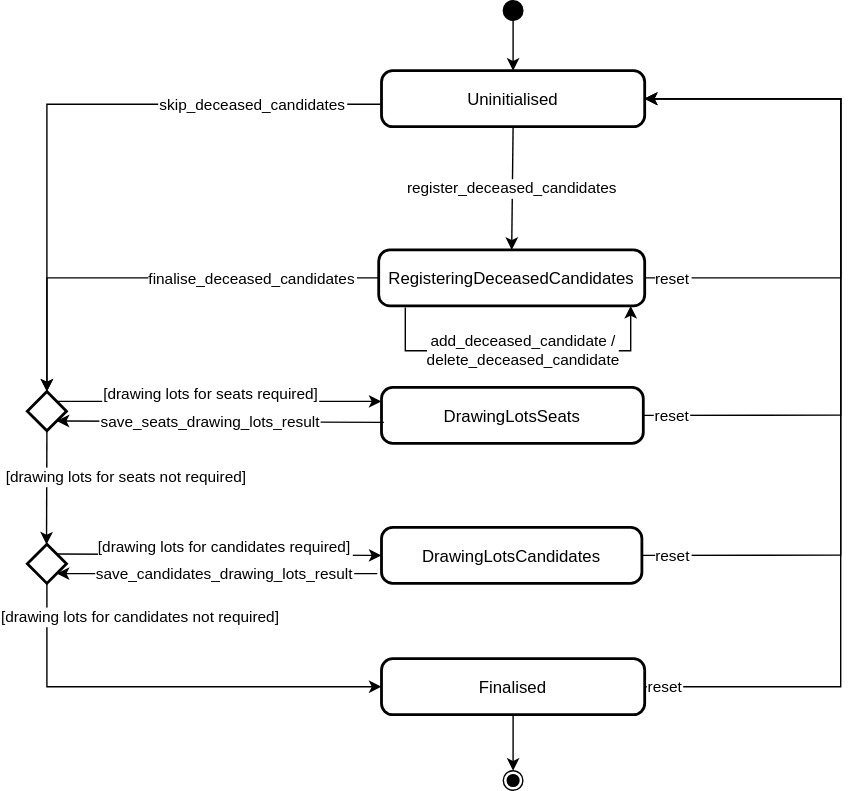
The draw.io diagram documentatie/state-machines/apportionment-state-machine.drawio.svg in kiesraad/abacus, before a commit. Source tidied: cells renumbered, new cells last; positions are measured from the earlier drawing's top-left corner, leaving out a move shared by most shapes.
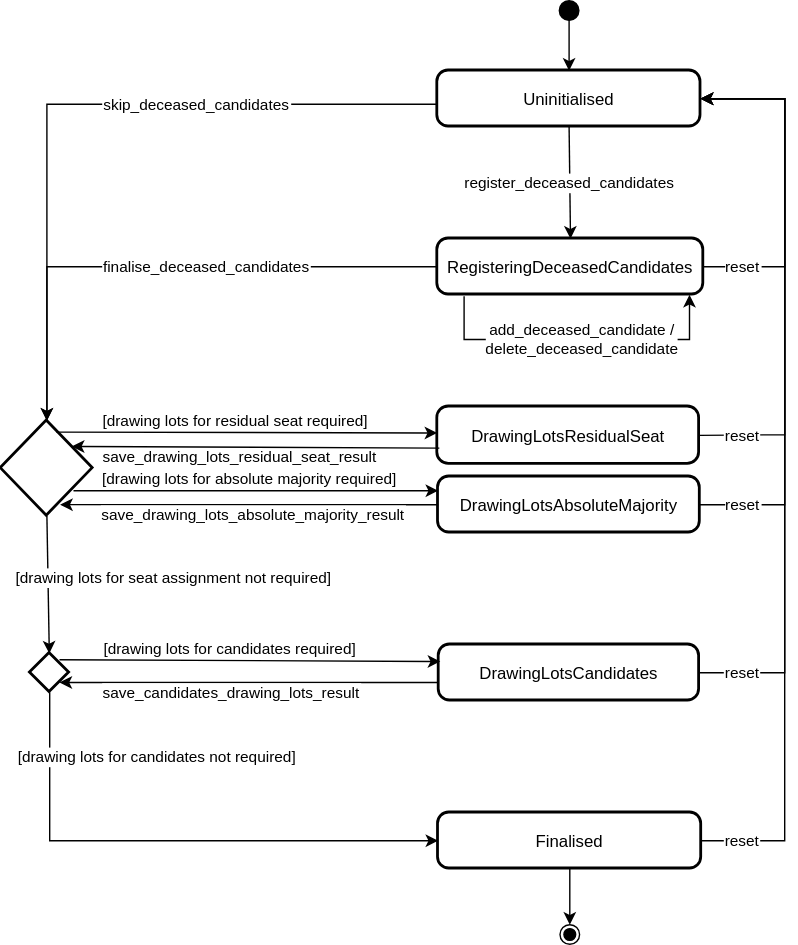
The same file after the commit.

Commit message:
Update apportionment state machine diagram (#3343)

Diff of the diagram source:
```diff
@@ -9,31 +9,28 @@
       <mxGeometry x="253" y="50" width="188" height="40" as="geometry" />
     </mxCell>
     <mxCell id="4" value="RegisteringDeceasedCandidates" style="rounded=1;arcSize=20;strokeWidth=2;" parent="1" vertex="1">
-      <mxGeometry x="251" y="178" width="190" height="40" as="geometry" />
+      <mxGeometry x="253" y="170" width="190" height="40" as="geometry" />
     </mxCell>
-    <mxCell id="5" style="rhombus;strokeWidth=2;whiteSpace=wrap;" parent="1" vertex="1">
-      <mxGeometry y="279.2" width="28" height="28" as="geometry" />
-    </mxCell>
-    <mxCell id="6" value="DrawingLotsSeats" style="rounded=1;arcSize=20;strokeWidth=2;" parent="1" vertex="1">
-      <mxGeometry x="253" y="276.2" width="187" height="40" as="geometry" />
+    <mxCell id="6" value="DrawingLotsAbsoluteMajority" style="rounded=1;arcSize=20;strokeWidth=2;" parent="1" vertex="1">
+      <mxGeometry x="253.5" y="340" width="187" height="40" as="geometry" />
     </mxCell>
     <mxCell id="7" style="rhombus;strokeWidth=2;whiteSpace=wrap;" parent="1" vertex="1">
-      <mxGeometry y="388.2" width="28" height="28" as="geometry" />
+      <mxGeometry x="-38" y="466" width="28" height="28" as="geometry" />
     </mxCell>
     <mxCell id="8" value="DrawingLotsCandidates" style="rounded=1;arcSize=20;strokeWidth=2;" parent="1" vertex="1">
-      <mxGeometry x="253" y="376.2" width="186" height="40" as="geometry" />
+      <mxGeometry x="254" y="460" width="186" height="40" as="geometry" />
     </mxCell>
     <mxCell id="9" value="Finalised" style="rounded=1;arcSize=20;strokeWidth=2;" parent="1" vertex="1">
-      <mxGeometry x="253" y="470" width="188" height="40" as="geometry" />
+      <mxGeometry x="253.5" y="580" width="188" height="40" as="geometry" />
     </mxCell>
     <mxCell id="10" style="ellipse;shape=endState;fillColor=strokeColor;" parent="1" vertex="1">
-      <mxGeometry x="340" y="550" width="14" height="14" as="geometry" />
+      <mxGeometry x="340.5" y="660" width="14" height="14" as="geometry" />
     </mxCell>
     <mxCell id="11" style="whiteSpace=wrap;strokeWidth=2;" parent="1" vertex="1">
-      <mxGeometry x="254" y="276.2" as="geometry" />
+      <mxGeometry x="253" y="410" as="geometry" />
     </mxCell>
     <mxCell id="12" style="whiteSpace=wrap;strokeWidth=2;" parent="1" vertex="1">
-      <mxGeometry x="321" y="354.2" as="geometry" />
+      <mxGeometry x="321" y="428" as="geometry" />
     </mxCell>
     <mxCell id="13" style="curved=1;startArrow=none;exitX=0.49;exitY=1;entryX=0.5;entryY=0;rounded=0;" parent="1" edge="1" source="2" target="3">
       <mxGeometry relative="1" as="geometry" />
@@ -41,74 +38,71 @@
     <mxCell id="14" value="register_deceased_candidates" style="curved=0;startArrow=none;exitX=0.5;exitY=1;entryX=0.5;entryY=0;rounded=0;exitDx=0;exitDy=0;entryDx=0;entryDy=0;" parent="1" edge="1" source="3" target="4">
       <mxGeometry relative="1" as="geometry" />
     </mxCell>
-    <mxCell id="15" value="skip_deceased_candidates" style="curved=0;startArrow=none;exitX=0;exitY=0.6;entryX=0.5;entryY=0;rounded=0;entryDx=0;entryDy=0;" parent="1" edge="1" source="3" target="5">
-      <mxGeometry x="-0.59" relative="1" as="geometry">
+    <mxCell id="15" value="skip_deceased_candidates" style="curved=0;startArrow=none;exitX=0;exitY=0.6;entryX=0.5;entryY=0;rounded=0;entryDx=0;entryDy=0;" parent="1" edge="1" source="3" target="30">
+      <mxGeometry x="-0.32" relative="1" as="geometry">
         <Array as="points">
-          <mxPoint x="14" y="74" />
+          <mxPoint x="-26" y="74" />
         </Array>
       </mxGeometry>
     </mxCell>
-    <mxCell id="16" value="finalise_deceased_candidates" style="curved=0;startArrow=none;exitX=0;exitY=0.5;rounded=0;exitDx=0;exitDy=0;entryX=0.5;entryY=0;entryDx=0;entryDy=0;" parent="1" edge="1" source="4" target="5">
-      <mxGeometry x="-0.43" relative="1" as="geometry">
+    <mxCell id="16" value="finalise_deceased_candidates" style="curved=0;startArrow=none;exitX=0;exitY=0.5;rounded=0;exitDx=0;exitDy=0;entryX=0.5;entryY=0;entryDx=0;entryDy=0;" parent="1" edge="1" source="4" target="30">
+      <mxGeometry x="-0.15" relative="1" as="geometry">
         <Array as="points">
-          <mxPoint x="14" y="198" />
+          <mxPoint x="-26" y="190" />
         </Array>
       </mxGeometry>
     </mxCell>
-    <mxCell id="17" value="[drawing lots for seats required]" style="curved=1;startArrow=none;rounded=0;entryX=0;entryY=0.25;entryDx=0;entryDy=0;exitX=1;exitY=0;exitDx=0;exitDy=0;" parent="1" edge="1" source="5" target="6">
-      <mxGeometry x="-0.05" y="6" relative="1" as="geometry" />
+    <mxCell id="17" value="save_drawing_lots_absolute_majority_result" style="startArrow=classic;rounded=0;exitX=0.644;exitY=0.882;exitDx=0;exitDy=0;entryX=0;entryY=0.5;entryDx=0;entryDy=0;exitPerimeter=0;endArrow=none;endFill=0;startFill=1;" parent="1" edge="1" source="30" target="6">
+      <mxGeometry x="0.02" y="-7" relative="1" as="geometry" />
     </mxCell>
-    <mxCell id="18" value="save_seats_drawing_lots_result" style="curved=1;startArrow=none;rounded=0;entryX=1;entryY=1;entryDx=0;entryDy=0;exitX=0.009;exitY=0.625;exitDx=0;exitDy=0;exitPerimeter=0;" parent="1" edge="1" source="6" target="5">
-      <mxGeometry x="0.06" relative="1" as="geometry" />
-    </mxCell>
-    <mxCell id="19" value="[drawing lots for seats not required]" style="curved=1;startArrow=none;entryX=0.49;entryY=0;rounded=0;exitX=0.5;exitY=1;exitDx=0;exitDy=0;" parent="1" edge="1" source="5" target="7">
-      <mxGeometry x="-0.2" y="57" relative="1" as="geometry" />
+    <mxCell id="19" value="[drawing lots for seat assignment not required]" style="curved=1;startArrow=none;entryX=0.49;entryY=0;rounded=0;exitX=0.5;exitY=1;exitDx=0;exitDy=0;" parent="1" edge="1" source="30" target="7">
+      <mxGeometry x="-0.07" y="90" relative="1" as="geometry" />
     </mxCell>
-    <mxCell id="20" value="[drawing lots for candidates required]" style="curved=1;startArrow=none;rounded=0;exitX=1;exitY=0;exitDx=0;exitDy=0;entryX=0;entryY=0.5;entryDx=0;entryDy=0;" parent="1" edge="1" source="7" target="8">
-      <mxGeometry x="0.03" y="6" relative="1" as="geometry" />
+    <mxCell id="20" value="[drawing lots for candidates required]" style="curved=1;startArrow=none;rounded=0;exitX=0.75;exitY=0.169;exitDx=0;exitDy=0;exitPerimeter=0;" parent="1" edge="1" source="7">
+      <mxGeometry x="-0.1" y="9" relative="1" as="geometry">
+        <mxPoint x="255" y="472" as="targetPoint" />
+      </mxGeometry>
     </mxCell>
     <mxCell id="21" value="[drawing lots for candidates not required]" style="curved=0;startArrow=none;entryX=0;entryY=0.5;rounded=0;entryDx=0;entryDy=0;exitX=0.5;exitY=1;exitDx=0;exitDy=0;" parent="1" edge="1" source="7" target="9">
-      <mxGeometry x="-0.1" y="50" relative="1" as="geometry">
+      <mxGeometry x="-0.05" y="60" relative="1" as="geometry">
         <Array as="points">
-          <mxPoint x="14" y="490" />
+          <mxPoint x="-24" y="600" />
         </Array>
       </mxGeometry>
     </mxCell>
-    <mxCell id="22" value="save_candidates_drawing_lots_result" style="curved=1;startArrow=none;entryX=1;entryY=1;rounded=0;entryDx=0;entryDy=0;" parent="1" edge="1" target="7">
-      <mxGeometry x="-0.05" relative="1" as="geometry">
-        <mxPoint x="250" y="409.2" as="sourcePoint" />
-      </mxGeometry>
+    <mxCell id="22" value="save_candidates_drawing_lots_result" style="curved=1;startArrow=none;entryX=1;entryY=1;rounded=0;entryDx=0;entryDy=0;exitX=0;exitY=0.675;exitDx=0;exitDy=0;exitPerimeter=0;" parent="1" edge="1" source="8" target="7">
+      <mxGeometry x="0.09" y="7" relative="1" as="geometry" />
     </mxCell>
     <mxCell id="23" value="reset" style="curved=0;startArrow=none;entryX=1;entryY=0.5;rounded=0;exitX=1;exitY=0.5;exitDx=0;exitDy=0;entryDx=0;entryDy=0;" parent="1" edge="1" source="4" target="3">
-      <mxGeometry x="-0.9" relative="1" as="geometry">
+      <mxGeometry x="-0.76" relative="1" as="geometry">
         <Array as="points">
-          <mxPoint x="581" y="198" />
-          <mxPoint x="581" y="70" />
+          <mxPoint x="501" y="190" />
+          <mxPoint x="501" y="70" />
         </Array>
       </mxGeometry>
     </mxCell>
     <mxCell id="24" value="reset" style="curved=0;startArrow=none;exitX=1;exitY=0.5;rounded=0;entryX=1;entryY=0.5;entryDx=0;entryDy=0;exitDx=0;exitDy=0;" parent="1" edge="1" source="6" target="3">
-      <mxGeometry x="-0.92" relative="1" as="geometry">
+      <mxGeometry x="-0.85" relative="1" as="geometry">
         <Array as="points">
-          <mxPoint x="581" y="296" />
-          <mxPoint x="581" y="70" />
+          <mxPoint x="501" y="360" />
+          <mxPoint x="501" y="70" />
         </Array>
       </mxGeometry>
     </mxCell>
     <mxCell id="25" value="reset" style="curved=0;startArrow=none;exitX=1;exitY=0.5;rounded=0;exitDx=0;exitDy=0;" parent="1" edge="1" source="8">
-      <mxGeometry x="-0.93" relative="1" as="geometry">
+      <mxGeometry x="-0.88" relative="1" as="geometry">
         <mxPoint x="441" y="70" as="targetPoint" />
         <Array as="points">
-          <mxPoint x="581" y="396" />
-          <mxPoint x="581" y="70" />
+          <mxPoint x="501" y="480" />
+          <mxPoint x="501" y="70" />
         </Array>
       </mxGeometry>
     </mxCell>
     <mxCell id="26" value="reset" style="curved=0;startArrow=none;exitX=1;exitY=0.5;entryX=1;entryY=0.5;rounded=0;entryDx=0;entryDy=0;exitDx=0;exitDy=0;" parent="1" edge="1" source="9" target="3">
-      <mxGeometry x="-0.96" relative="1" as="geometry">
+      <mxGeometry x="-0.91" relative="1" as="geometry">
         <Array as="points">
-          <mxPoint x="581" y="490" />
-          <mxPoint x="581" y="70" />
+          <mxPoint x="501" y="600" />
+          <mxPoint x="501" y="70" />
         </Array>
       </mxGeometry>
     </mxCell>
@@ -117,10 +111,10 @@
     </mxCell>
     <mxCell id="28" style="endArrow=classic;html=1;rounded=0;exitX=0.1;exitY=1.028;exitDx=0;exitDy=0;exitPerimeter=0;" parent="1" edge="1" source="4">
       <mxGeometry relative="1" as="geometry">
-        <mxPoint x="431" y="218" as="targetPoint" />
+        <mxPoint x="433" y="210" as="targetPoint" />
         <Array as="points">
-          <mxPoint x="270" y="250" />
-          <mxPoint x="431" y="250" />
+          <mxPoint x="272" y="242" />
+          <mxPoint x="433" y="242" />
         </Array>
       </mxGeometry>
     </mxCell>
@@ -129,5 +123,33 @@
         <mxPoint x="79" y="-1" as="offset" />
       </mxGeometry>
     </mxCell>
+    <mxCell id="30" style="rhombus;strokeWidth=2;whiteSpace=wrap;" parent="1" vertex="1">
+      <mxGeometry x="-58.8" y="300" width="65.7" height="68" as="geometry" />
+    </mxCell>
+    <mxCell id="31" value="DrawingLotsResidualSeat" style="rounded=1;arcSize=20;strokeWidth=2;" parent="1" vertex="1">
+      <mxGeometry x="253" y="290" width="187" height="41" as="geometry" />
+    </mxCell>
+    <mxCell id="32" style="whiteSpace=wrap;strokeWidth=2;" parent="1" vertex="1">
+      <mxGeometry x="254" y="290" height="1" as="geometry" />
+    </mxCell>
+    <mxCell id="33" value="[drawing lots for residual seat required]" style="startArrow=none;rounded=1;exitX=0.603;exitY=0.12;exitDx=0;exitDy=0;exitPerimeter=0;entryX=-0.001;entryY=0.458;entryDx=0;entryDy=0;entryPerimeter=0;" parent="1" edge="1" source="30" target="31">
+      <mxGeometry x="-0.06" y="9" relative="1" as="geometry" />
+    </mxCell>
+    <mxCell id="34" value="save_drawing_lots_residual_seat_result&#10;" style="startArrow=none;rounded=0;exitX=0.007;exitY=0.721;exitDx=0;exitDy=0;exitPerimeter=0;entryX=0.771;entryY=0.271;entryDx=0;entryDy=0;entryPerimeter=0;" parent="1" edge="1" source="31" target="30">
+      <mxGeometry x="0.08" y="13" relative="1" as="geometry" />
+    </mxCell>
+    <mxCell id="35" value="reset" style="curved=0;startArrow=none;entryX=1;entryY=0.5;rounded=0;exitX=1;exitY=0.5;exitDx=0;exitDy=0;entryDx=0;entryDy=0;" parent="1" edge="1" source="31" target="3">
+      <mxGeometry x="-0.83" relative="1" as="geometry">
+        <Array as="points">
+          <mxPoint x="501" y="310" />
+          <mxPoint x="501" y="70" />
+        </Array>
+      </mxGeometry>
+    </mxCell>
+    <mxCell id="36" value="[drawing lots for absolute majority required]" style="startArrow=classic;rounded=0;exitX=0;exitY=0.25;exitDx=0;exitDy=0;startFill=1;endArrow=none;endFill=0;" parent="1" edge="1" source="6">
+      <mxGeometry x="0.03" y="-9" relative="1" as="geometry">
+        <mxPoint x="-7" y="350" as="targetPoint" />
+      </mxGeometry>
+    </mxCell>
   </root>
 </mxGraphModel>
```
